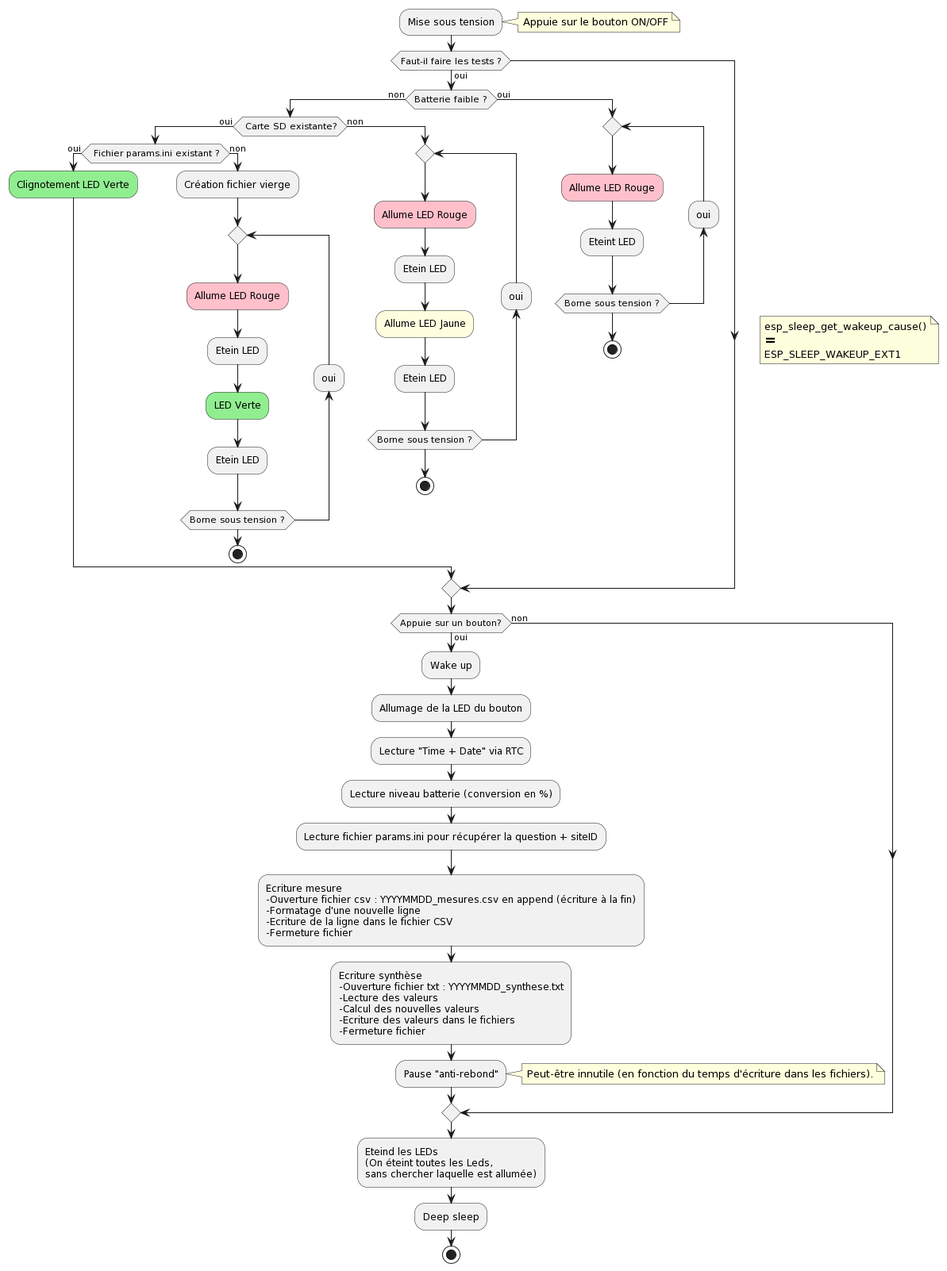
The PlantUML diagram illustrations/Diagrams.png in AlexP20000/borne-satisfaction, before a commit.
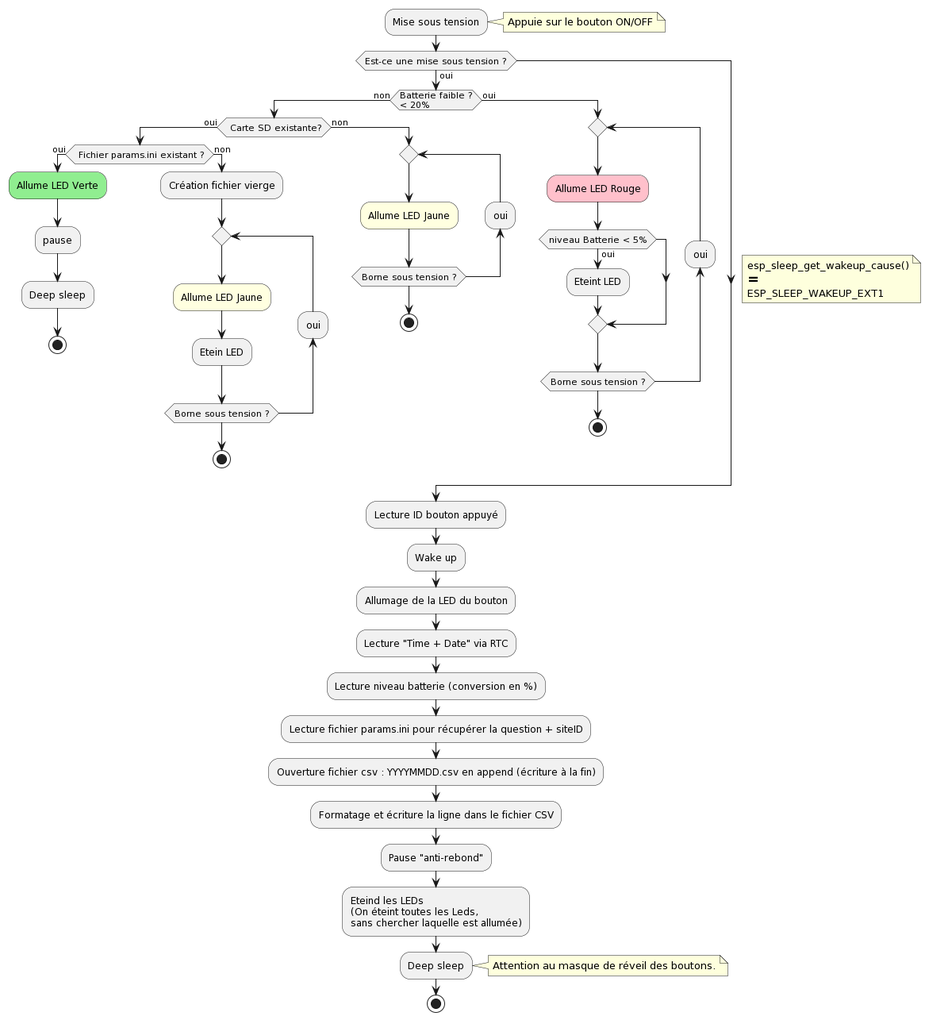
The same file after the commit.

Commit message:
Mise à jour de l'algo

Diff of the diagram source:
```diff
@@ -2,24 +2,25 @@
 :Mise sous tension;
 note right:Appuie sur le bouton ON/OFF
 
-if (Faut-il faire les tests ?) then (oui)
+if (Est-ce une mise sous tension ?) then (oui)
 note right
   esp_sleep_get_wakeup_cause()
   ==
   ESP_SLEEP_WAKEUP_EXT1
 end note
 
-  if (Batterie faible ?) then (non)
+
+  if (Batterie faible ?\n< 20%) then (non)
     if( Carte SD existante?) then (oui)
       if( Fichier params.ini existant ?) then (oui)
-        #lightgreen:Clignotement LED Verte;
+        #lightgreen:Allume LED Verte;
+        :pause;
+        :Deep sleep;
+        stop
       else (non)
-       :Création fichier vierge;
-
+        :Création fichier vierge;
         repeat
-          #pink:Allume LED Rouge;
-          :Etein LED;
-          #lightgreen:LED Verte;
+          #lightyellow:Allume LED Jaune;
           :Etein LED;
         backward:oui;
         repeat while (Borne sous tension ?)
@@ -27,10 +28,7 @@
       endif
     else (non)
       repeat
-        #pink:Allume LED Rouge;
-        :Etein LED;
         #lightyellow:Allume LED Jaune;
-        :Etein LED;
       backward:oui;
       repeat while (Borne sous tension ?)
       stop
@@ -38,30 +36,32 @@
   else (oui)
     repeat
       #pink:Allume LED Rouge;
-     :Eteint LED;
+      if (niveau Batterie < 5%) then (oui)
+       :Eteint LED;
+      endif
     backward:oui;
     repeat while (Borne sous tension ?)
     stop
   endif
+
 endif
 
-if(Appuie sur un bouton?) then (oui)
+  :Lecture ID bouton appuyé;
   :Wake up;
   :Allumage de la LED du bouton;
   :Lecture "Time + Date" via RTC;
   :Lecture niveau batterie (conversion en %);
   :Lecture fichier params.ini pour récupérer la question + siteID;
-  :Ecriture mesure\n-Ouverture fichier csv : YYYYMMDD_mesures.csv en append (écriture à la fin)\n-Formatage d'une nouvelle ligne\n-Ecriture de la ligne dans le fichier CSV\n-Fermeture fichier;
-  :Ecriture synthèse\n-Ouverture fichier txt : YYYYMMDD_synthese.txt\n-Lecture des valeurs\n-Calcul des nouvelles valeurs\n-Ecriture des valeurs dans le fichiers\n-Fermeture fichier;
+  :Ouverture fichier csv : YYYYMMDD.csv en append (écriture à la fin);
+  :Formatage et écriture la ligne dans le fichier CSV;
   :Pause "anti-rebond";
-    note right
-      Peut-être innutile (en fonction du temps d'écriture dans les fichiers).
-    end note
-else (non)
-endif
+
 :Eteind les LEDs
 (On éteint toutes les Leds,
 sans chercher laquelle est allumée);
 :Deep sleep;
+note right
+  Attention au masque de réveil des boutons.
+end note
 stop
 @enduml
```
